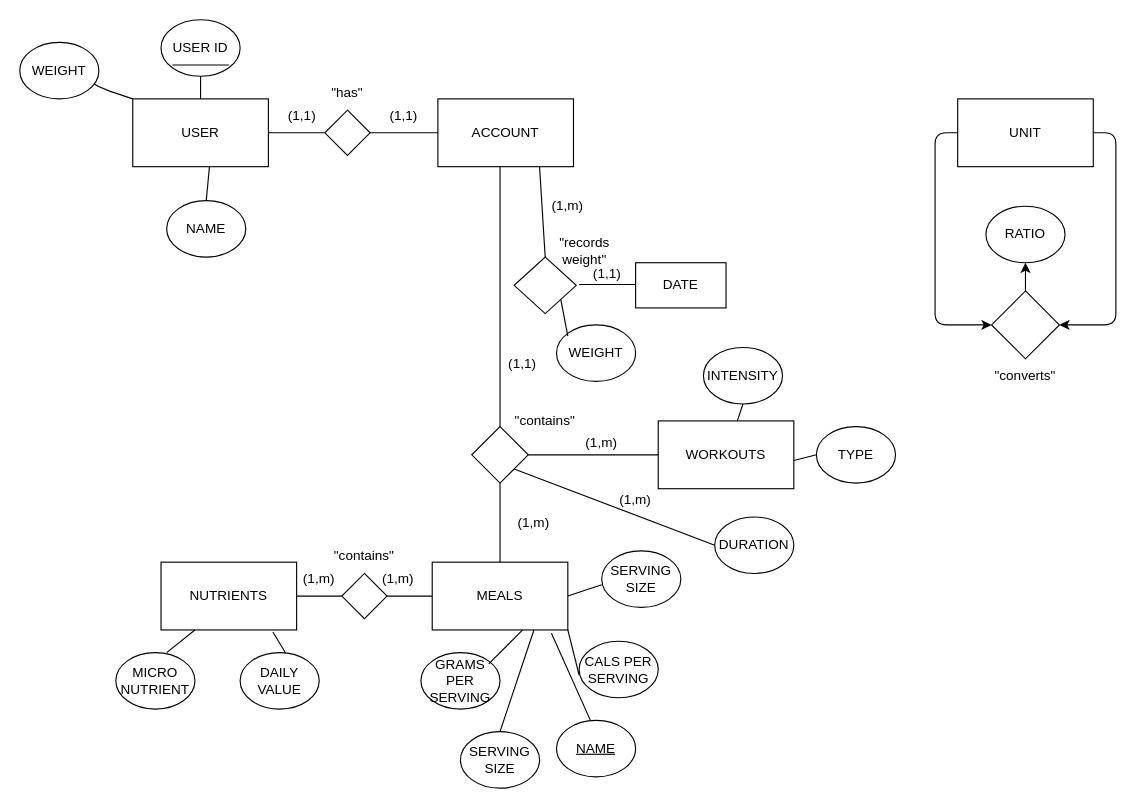
Above: page "Page-1" (1 of 2) of Untitled Diagram.drawio in PhippsDev/CSCI-466-ASSN-2 (draw.io), before the change. Source tidied: cells renumbered, new cells numbered last; positions are measured from the earlier drawing's top-left corner, leaving out a move shared by most shapes. Both pictures are drawn from the tidied source at 113%, with x=0, y=0 at pixel (19, 19).
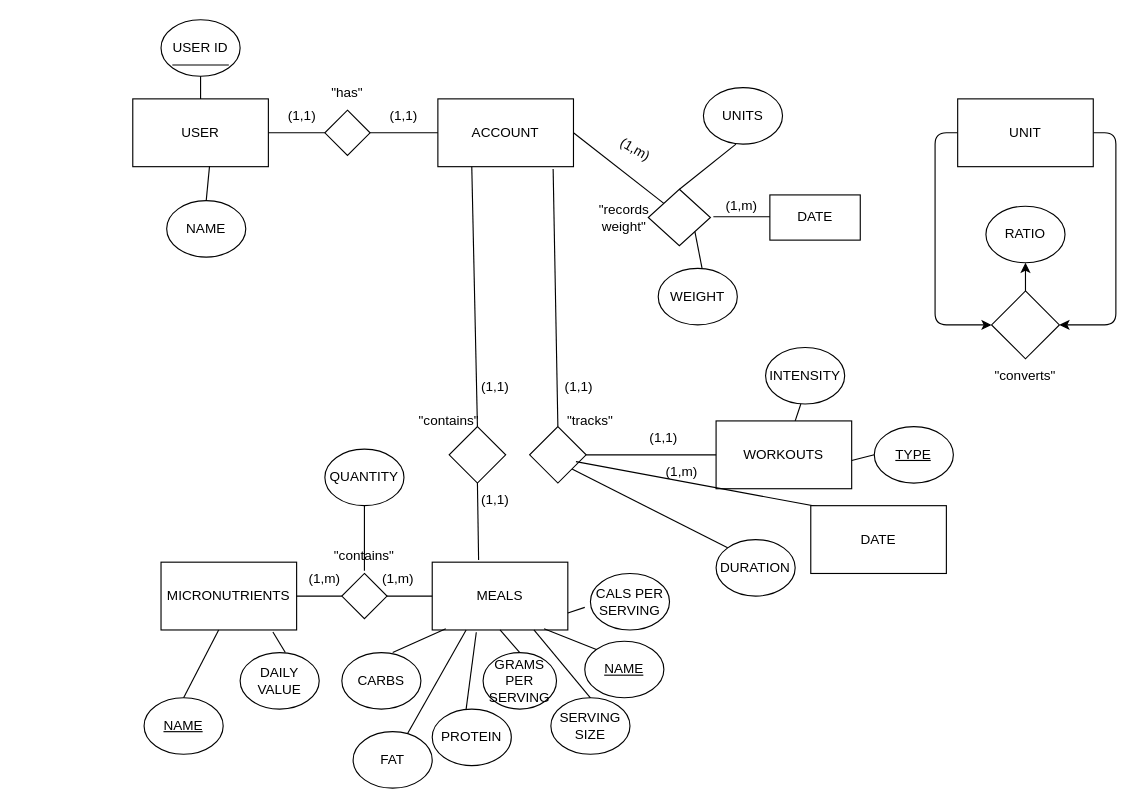
The same page after the edit.

Unchanged cells that the change refers to:
```xml
<mxCell id="2" value="USER" style="rounded=0;whiteSpace=wrap;html=1;" parent="1" vertex="1">
  <mxGeometry x="100" y="70" width="120" height="60" as="geometry" />
</mxCell>
<mxCell id="3" value="ACCOUNT" style="whiteSpace=wrap;html=1;" parent="1" vertex="1">
  <mxGeometry x="370" y="70" width="120" height="60" as="geometry" />
</mxCell>
<mxCell id="9" value="MEALS" style="rounded=0;whiteSpace=wrap;html=1;" parent="1" vertex="1">
  <mxGeometry x="365" y="480" width="120" height="60" as="geometry" />
</mxCell>
<mxCell id="47" value="(1,m)" style="text;html=1;strokeColor=none;fillColor=none;align=center;verticalAlign=middle;whiteSpace=wrap;rounded=0;" parent="1" vertex="1">
  <mxGeometry x="305" y="480" width="60" height="30" as="geometry" />
</mxCell>
```

Diff of the diagram source:
```diff
@@
     <mxCell id="8" value="WORKOUTS" style="rounded=0;whiteSpace=wrap;html=1;" parent="1" vertex="1">
-      <mxGeometry x="565" y="355" width="120" height="60" as="geometry" />
+      <mxGeometry x="616.2" y="355" width="120" height="60" as="geometry" />
     </mxCell>
@@
     <mxCell id="10" style="rhombus;whiteSpace=wrap;html=1;" parent="1" vertex="1">
-      <mxGeometry x="400" y="360" width="50" height="50" as="geometry" />
+      <mxGeometry x="451.2" y="360" width="50" height="50" as="geometry" />
     </mxCell>
-    <mxCell id="11" style="endArrow=none;html=1;exitX=0.5;exitY=0;exitDx=0;exitDy=0;" parent="1" edge="1" source="10">
-      <mxGeometry relative="1" as="geometry">
-        <mxPoint x="425" y="130" as="targetPoint" />
-      </mxGeometry>
+    <mxCell id="11" style="endArrow=none;html=1;exitX=0.5;exitY=0;exitDx=0;exitDy=0;entryX=0.85;entryY=1.033;entryDx=0;entryDy=0;entryPerimeter=0;" parent="1" edge="1" source="10" target="3">
+      <mxGeometry relative="1" as="geometry" />
     </mxCell>
-    <mxCell id="12" style="endArrow=none;html=1;entryX=0.5;entryY=1;entryDx=0;entryDy=0;" parent="1" edge="1" target="10">
-      <mxGeometry relative="1" as="geometry">
-        <mxPoint x="425" y="480" as="sourcePoint" />
-      </mxGeometry>
-    </mxCell>
-    <mxCell id="13" value="&quot;contains&quot;" style="text;html=1;strokeColor=none;fillColor=none;align=center;verticalAlign=middle;whiteSpace=wrap;rounded=0;" parent="1" vertex="1">
-      <mxGeometry x="435" y="340" width="60" height="30" as="geometry" />
+    <mxCell id="13" value="&quot;tracks&quot;" style="text;html=1;strokeColor=none;fillColor=none;align=center;verticalAlign=middle;whiteSpace=wrap;rounded=0;" parent="1" vertex="1">
+      <mxGeometry x="475" y="340" width="60" height="30" as="geometry" />
     </mxCell>
-    <mxCell id="14" value="SERVING SIZE" style="ellipse;whiteSpace=wrap;html=1;" parent="1" vertex="1">
-      <mxGeometry x="515" y="470" width="70" height="50" as="geometry" />
-    </mxCell>
     <mxCell id="15" value="GRAMS PER SERVING" style="ellipse;whiteSpace=wrap;html=1;" parent="1" vertex="1">
-      <mxGeometry x="355" y="560" width="70" height="50" as="geometry" />
+      <mxGeometry x="410" y="560" width="65" height="50" as="geometry" />
     </mxCell>
     <mxCell id="16" value="CALS PER SERVING" style="ellipse;whiteSpace=wrap;html=1;" parent="1" vertex="1">
-      <mxGeometry x="495" y="550" width="70" height="50" as="geometry" />
+      <mxGeometry x="505" y="490" width="70" height="50" as="geometry" />
     </mxCell>
-    <mxCell id="17" style="endArrow=none;html=1;exitX=0;exitY=0;exitDx=0;exitDy=0;" parent="1" edge="1" source="2">
-      <mxGeometry relative="1" as="geometry">
-        <mxPoint x="40" y="40" as="targetPoint" />
-        <Array as="points">
-          <mxPoint x="70" y="60" />
-        </Array>
-      </mxGeometry>
-    </mxCell>
@@
-    <mxCell id="19" style="endArrow=none;html=1;" parent="1" edge="1">
-      <mxGeometry relative="1" as="geometry">
-        <mxPoint x="415" y="570" as="sourcePoint" />
-        <mxPoint x="445" y="540" as="targetPoint" />
-      </mxGeometry>
-    </mxCell>
-    <mxCell id="20" style="endArrow=none;html=1;exitX=1;exitY=1;exitDx=0;exitDy=0;" parent="1" edge="1" source="9">
-      <mxGeometry relative="1" as="geometry">
-        <mxPoint x="495" y="580" as="targetPoint" />
-      </mxGeometry>
-    </mxCell>
-    <mxCell id="21" style="endArrow=none;html=1;exitX=1;exitY=0.5;exitDx=0;exitDy=0;" parent="1" edge="1" source="9">
-      <mxGeometry relative="1" as="geometry">
-        <mxPoint x="515" y="500" as="targetPoint" />
-      </mxGeometry>
-    </mxCell>
@@
-    <mxCell id="24" value="NUTRIENTS" style="rounded=0;whiteSpace=wrap;html=1;" parent="1" vertex="1">
+    <mxCell id="24" value="MICRONUTRIENTS" style="rounded=0;whiteSpace=wrap;html=1;" parent="1" vertex="1">
       <mxGeometry x="125" y="480" width="120" height="60" as="geometry" />
     </mxCell>
@@
-    <mxCell id="28" value="MICRO NUTRIENT" style="ellipse;whiteSpace=wrap;html=1;" parent="1" vertex="1">
-      <mxGeometry x="85" y="560" width="70" height="50" as="geometry" />
-    </mxCell>
-    <mxCell id="29" style="endArrow=none;html=1;" parent="1" edge="1">
-      <mxGeometry relative="1" as="geometry">
-        <mxPoint x="130" y="560" as="sourcePoint" />
-        <mxPoint x="155" y="540" as="targetPoint" />
-      </mxGeometry>
-    </mxCell>
@@
-    <mxCell id="31" value="TYPE" style="ellipse;whiteSpace=wrap;html=1;" parent="1" vertex="1">
-      <mxGeometry x="705" y="360" width="70" height="50" as="geometry" />
+    <mxCell id="31" value="&lt;u&gt;TYPE&lt;/u&gt;" style="ellipse;whiteSpace=wrap;html=1;" parent="1" vertex="1">
+      <mxGeometry x="756.2" y="360" width="70" height="50" as="geometry" />
     </mxCell>
     <mxCell id="32" value="DURATION" style="ellipse;whiteSpace=wrap;html=1;" parent="1" vertex="1">
-      <mxGeometry x="615" y="440" width="70" height="50" as="geometry" />
+      <mxGeometry x="616.2" y="460" width="70" height="50" as="geometry" />
     </mxCell>
     <mxCell id="33" value="INTENSITY" style="ellipse;whiteSpace=wrap;html=1;" parent="1" vertex="1">
-      <mxGeometry x="605" y="290" width="70" height="50" as="geometry" />
+      <mxGeometry x="660" y="290" width="70" height="50" as="geometry" />
     </mxCell>
     <mxCell id="34" style="endArrow=none;html=1;entryX=0;entryY=0.5;entryDx=0;entryDy=0;" parent="1" edge="1" target="31">
       <mxGeometry relative="1" as="geometry">
-        <mxPoint x="685" y="390" as="sourcePoint" />
+        <mxPoint x="736.2" y="390" as="sourcePoint" />
       </mxGeometry>
     </mxCell>
-    <mxCell id="35" style="endArrow=none;html=1;entryX=0.5;entryY=1;entryDx=0;entryDy=0;" parent="1" edge="1" target="33">
+    <mxCell id="35" style="endArrow=none;html=1;entryX=0.5;entryY=1;entryDx=0;entryDy=0;" parent="1" edge="1">
       <mxGeometry relative="1" as="geometry">
-        <mxPoint x="635" y="355" as="sourcePoint" />
+        <mxPoint x="686.2" y="355" as="sourcePoint" />
+        <mxPoint x="691.2" y="340" as="targetPoint" />
       </mxGeometry>
     </mxCell>
@@
-    <mxCell id="37" value="WEIGHT" style="ellipse;whiteSpace=wrap;html=1;" parent="1" vertex="1">
-      <mxGeometry y="20" width="70" height="50" as="geometry" />
-    </mxCell>
@@
-    <mxCell id="44" value="(1,m)" style="text;html=1;strokeColor=none;fillColor=none;align=center;verticalAlign=middle;whiteSpace=wrap;rounded=0;" parent="1" vertex="1">
-      <mxGeometry x="425" y="430" width="60" height="30" as="geometry" />
-    </mxCell>
     <mxCell id="45" value="(1,1)" style="text;html=1;strokeColor=none;fillColor=none;align=center;verticalAlign=middle;whiteSpace=wrap;rounded=0;" parent="1" vertex="1">
-      <mxGeometry x="415" y="290" width="60" height="30" as="geometry" />
+      <mxGeometry x="465" y="310" width="60" height="30" as="geometry" />
     </mxCell>
-    <mxCell id="46" value="(1,m)" style="text;html=1;strokeColor=none;fillColor=none;align=center;verticalAlign=middle;whiteSpace=wrap;rounded=0;" parent="1" vertex="1">
-      <mxGeometry x="455" y="150" width="60" height="30" as="geometry" />
+    <mxCell id="46" value="(1,m)" style="text;html=1;strokeColor=none;fillColor=none;align=center;verticalAlign=middle;whiteSpace=wrap;rounded=0;rotation=30;" parent="1" vertex="1">
+      <mxGeometry x="515" y="100" width="60" height="30" as="geometry" />
     </mxCell>
@@
     <mxCell id="48" value="(1,m)" style="text;html=1;strokeColor=none;fillColor=none;align=center;verticalAlign=middle;whiteSpace=wrap;rounded=0;" parent="1" vertex="1">
-      <mxGeometry x="235" y="480" width="60" height="30" as="geometry" />
+      <mxGeometry x="240" y="480" width="60" height="30" as="geometry" />
     </mxCell>
     <mxCell id="49" style="rhombus;whiteSpace=wrap;html=1;" parent="1" vertex="1">
-      <mxGeometry x="437.5" y="210" width="55" height="50" as="geometry" />
+      <mxGeometry x="556.2" y="150" width="55" height="50" as="geometry" />
     </mxCell>
-    <mxCell id="50" style="endArrow=none;html=1;entryX=0.75;entryY=1;entryDx=0;entryDy=0;" parent="1" edge="1" target="3">
-      <mxGeometry relative="1" as="geometry">
-        <mxPoint x="465" y="210" as="sourcePoint" />
-      </mxGeometry>
+    <mxCell id="50" style="endArrow=none;html=1;entryX=1;entryY=0.5;entryDx=0;entryDy=0;exitX=0;exitY=0;exitDx=0;exitDy=0;" parent="1" edge="1" source="49" target="3">
+      <mxGeometry relative="1" as="geometry" />
     </mxCell>
     <mxCell id="51" value="&quot;records weight&quot;" style="text;html=1;strokeColor=none;fillColor=none;align=center;verticalAlign=middle;whiteSpace=wrap;rounded=0;" parent="1" vertex="1">
-      <mxGeometry x="470" y="190" width="60" height="30" as="geometry" />
+      <mxGeometry x="505" y="160" width="60" height="30" as="geometry" />
     </mxCell>
     <mxCell id="52" value="DATE" style="rounded=0;whiteSpace=wrap;html=1;" parent="1" vertex="1">
-      <mxGeometry x="545" y="215" width="80" height="40" as="geometry" />
+      <mxGeometry x="663.8" y="155" width="80" height="40" as="geometry" />
     </mxCell>
     <mxCell id="53" value="WEIGHT" style="ellipse;whiteSpace=wrap;html=1;" parent="1" vertex="1">
-      <mxGeometry x="475" y="270" width="70" height="50" as="geometry" />
+      <mxGeometry x="565" y="220" width="70" height="50" as="geometry" />
     </mxCell>
     <mxCell id="54" style="endArrow=none;html=1;entryX=1;entryY=1;entryDx=0;entryDy=0;" parent="1" edge="1" target="49">
       <mxGeometry relative="1" as="geometry">
-        <mxPoint x="485" y="280" as="sourcePoint" />
+        <mxPoint x="603.8" y="220" as="sourcePoint" />
       </mxGeometry>
     </mxCell>
     <mxCell id="55" style="endArrow=none;html=1;" parent="1" edge="1">
       <mxGeometry relative="1" as="geometry">
-        <mxPoint x="495" y="234.3" as="sourcePoint" />
-        <mxPoint x="545" y="234.3" as="targetPoint" />
+        <mxPoint x="613.8" y="174.3" as="sourcePoint" />
+        <mxPoint x="663.8" y="174.3" as="targetPoint" />
       </mxGeometry>
     </mxCell>
-    <mxCell id="56" style="endArrow=none;html=1;entryX=0;entryY=0.5;entryDx=0;entryDy=0;exitX=1;exitY=1;exitDx=0;exitDy=0;" parent="1" edge="1" source="10" target="32">
+    <mxCell id="56" style="endArrow=none;html=1;entryX=0;entryY=0;entryDx=0;entryDy=0;exitX=1;exitY=1;exitDx=0;exitDy=0;" parent="1" edge="1" source="10" target="32">
       <mxGeometry relative="1" as="geometry" />
     </mxCell>
     <mxCell id="57" value="&lt;u&gt;NAME&lt;/u&gt;" style="ellipse;whiteSpace=wrap;html=1;" parent="1" vertex="1">
-      <mxGeometry x="475" y="620" width="70" height="50" as="geometry" />
+      <mxGeometry x="500" y="550" width="70" height="50" as="geometry" />
     </mxCell>
     <mxCell id="58" value="SERVING SIZE" style="ellipse;whiteSpace=wrap;html=1;" parent="1" vertex="1">
-      <mxGeometry x="390" y="630" width="70" height="50" as="geometry" />
+      <mxGeometry x="470" y="600" width="70" height="50" as="geometry" />
     </mxCell>
-    <mxCell id="59" style="endArrow=none;html=1;entryX=0.879;entryY=1.048;entryDx=0;entryDy=0;entryPerimeter=0;" parent="1" edge="1" target="9">
-      <mxGeometry relative="1" as="geometry">
-        <mxPoint x="505" y="620" as="sourcePoint" />
-      </mxGeometry>
-    </mxCell>
-    <mxCell id="60" style="endArrow=none;html=1;entryX=0.75;entryY=1;entryDx=0;entryDy=0;" parent="1" edge="1" target="9">
-      <mxGeometry relative="1" as="geometry">
-        <mxPoint x="425" y="630" as="sourcePoint" />
-      </mxGeometry>
+    <mxCell id="60" style="endArrow=none;html=1;entryX=0.75;entryY=1;entryDx=0;entryDy=0;exitX=0.5;exitY=0;exitDx=0;exitDy=0;" parent="1" edge="1" source="58" target="9">
+      <mxGeometry relative="1" as="geometry" />
     </mxCell>
-    <mxCell id="61" value="(1,m)" style="text;html=1;strokeColor=none;fillColor=none;align=center;verticalAlign=middle;whiteSpace=wrap;rounded=0;" parent="1" vertex="1">
-      <mxGeometry x="485" y="360" width="60" height="30" as="geometry" />
-    </mxCell>
-    <mxCell id="62" value="(1,m)" style="text;html=1;strokeColor=none;fillColor=none;align=center;verticalAlign=middle;whiteSpace=wrap;rounded=0;" parent="1" vertex="1">
-      <mxGeometry x="515" y="410" width="60" height="30" as="geometry" />
-    </mxCell>
-    <mxCell id="63" value="(1,1)" style="text;html=1;strokeColor=none;fillColor=none;align=center;verticalAlign=middle;whiteSpace=wrap;rounded=0;" parent="1" vertex="1">
-      <mxGeometry x="490" y="210" width="60" height="30" as="geometry" />
+    <mxCell id="63" value="(1,m)" style="text;html=1;strokeColor=none;fillColor=none;align=center;verticalAlign=middle;whiteSpace=wrap;rounded=0;" parent="1" vertex="1">
+      <mxGeometry x="608.8" y="150" width="60" height="30" as="geometry" />
     </mxCell>
@@
+    <mxCell id="71" value="CARBS" style="ellipse;whiteSpace=wrap;html=1;" parent="1" vertex="1">
+      <mxGeometry x="285" y="560" width="70" height="50" as="geometry" />
+    </mxCell>
+    <mxCell id="72" value="PROTEIN" style="ellipse;whiteSpace=wrap;html=1;" parent="1" vertex="1">
+      <mxGeometry x="365" y="610" width="70" height="50" as="geometry" />
+    </mxCell>
+    <mxCell id="73" value="FAT" style="ellipse;whiteSpace=wrap;html=1;" parent="1" vertex="1">
+      <mxGeometry x="295" y="630" width="70" height="50" as="geometry" />
+    </mxCell>
+    <mxCell id="74" style="endArrow=none;html=1;rounded=0;entryX=1;entryY=0.75;entryDx=0;entryDy=0;" parent="1" edge="1" target="9">
+      <mxGeometry relative="1" as="geometry">
+        <mxPoint x="500" y="520" as="sourcePoint" />
+      </mxGeometry>
+    </mxCell>
+    <mxCell id="75" style="endArrow=none;html=1;rounded=0;entryX=0.825;entryY=0.983;entryDx=0;entryDy=0;entryPerimeter=0;exitX=0;exitY=0;exitDx=0;exitDy=0;" parent="1" edge="1" source="57" target="9">
+      <mxGeometry relative="1" as="geometry" />
+    </mxCell>
+    <mxCell id="76" style="endArrow=none;html=1;rounded=0;entryX=0.5;entryY=1;entryDx=0;entryDy=0;exitX=0.5;exitY=0;exitDx=0;exitDy=0;" parent="1" edge="1" source="15" target="9">
+      <mxGeometry relative="1" as="geometry" />
+    </mxCell>
+    <mxCell id="77" value="QUANTITY" style="ellipse;whiteSpace=wrap;html=1;" parent="1" vertex="1">
+      <mxGeometry x="270" y="380" width="70" height="50" as="geometry" />
+    </mxCell>
+    <mxCell id="78" style="endArrow=none;html=1;rounded=0;exitX=0;exitY=0.25;exitDx=0;exitDy=0;" parent="1" edge="1" source="47">
+      <mxGeometry relative="1" as="geometry">
+        <mxPoint x="305" y="430" as="targetPoint" />
+      </mxGeometry>
+    </mxCell>
+    <mxCell id="79" value="UNITS" style="ellipse;whiteSpace=wrap;html=1;" parent="1" vertex="1">
+      <mxGeometry x="605" y="60" width="70" height="50" as="geometry" />
+    </mxCell>
+    <mxCell id="80" style="endArrow=none;html=1;rounded=0;" parent="1" edge="1">
+      <mxGeometry relative="1" as="geometry">
+        <mxPoint x="583.8" y="150" as="sourcePoint" />
+        <mxPoint x="633.8" y="110" as="targetPoint" />
+      </mxGeometry>
+    </mxCell>
+    <mxCell id="81" style="endArrow=none;html=1;rounded=0;entryX=-0.014;entryY=0.38;entryDx=0;entryDy=0;entryPerimeter=0;exitX=0.82;exitY=0.62;exitDx=0;exitDy=0;exitPerimeter=0;" parent="1" edge="1" source="10">
+      <mxGeometry relative="1" as="geometry">
+        <mxPoint x="750.3" y="439" as="targetPoint" />
+      </mxGeometry>
+    </mxCell>
+    <mxCell id="82" value="DATE" style="rounded=0;whiteSpace=wrap;html=1;" parent="1" vertex="1">
+      <mxGeometry x="700" y="430" width="120" height="60" as="geometry" />
+    </mxCell>
+    <mxCell id="83" value="(1,m)" style="text;html=1;strokeColor=none;fillColor=none;align=center;verticalAlign=middle;whiteSpace=wrap;rounded=0;" parent="1" vertex="1">
+      <mxGeometry x="556.2" y="385" width="60" height="30" as="geometry" />
+    </mxCell>
+    <mxCell id="84" value="&lt;u&gt;NAME&lt;/u&gt;" style="ellipse;whiteSpace=wrap;html=1;" parent="1" vertex="1">
+      <mxGeometry x="110" y="600" width="70" height="50" as="geometry" />
+    </mxCell>
+    <mxCell id="85" style="endArrow=none;html=1;rounded=0;entryX=0.425;entryY=1;entryDx=0;entryDy=0;entryPerimeter=0;exitX=0.5;exitY=0;exitDx=0;exitDy=0;" parent="1" edge="1" source="84" target="24">
+      <mxGeometry relative="1" as="geometry" />
+    </mxCell>
+    <mxCell id="86" style="rhombus;whiteSpace=wrap;html=1;" parent="1" vertex="1">
+      <mxGeometry x="380" y="360" width="50" height="50" as="geometry" />
+    </mxCell>
+    <mxCell id="87" style="endArrow=none;html=1;rounded=0;exitX=0.5;exitY=0;exitDx=0;exitDy=0;entryX=0.25;entryY=1;entryDx=0;entryDy=0;" parent="1" edge="1" source="86" target="3">
+      <mxGeometry relative="1" as="geometry" />
+    </mxCell>
+    <mxCell id="88" value="&quot;contains&quot;" style="text;html=1;strokeColor=none;fillColor=none;align=center;verticalAlign=middle;whiteSpace=wrap;rounded=0;" parent="1" vertex="1">
+      <mxGeometry x="350" y="340" width="60" height="30" as="geometry" />
+    </mxCell>
+    <mxCell id="89" style="endArrow=none;html=1;rounded=0;exitX=0.342;exitY=-0.033;exitDx=0;exitDy=0;exitPerimeter=0;" parent="1" edge="1" source="9">
+      <mxGeometry relative="1" as="geometry">
+        <mxPoint x="405" y="410" as="targetPoint" />
+      </mxGeometry>
+    </mxCell>
+    <mxCell id="90" value="(1,1)" style="text;html=1;strokeColor=none;fillColor=none;align=center;verticalAlign=middle;whiteSpace=wrap;rounded=0;" parent="1" vertex="1">
+      <mxGeometry x="391.2" y="310" width="60" height="30" as="geometry" />
+    </mxCell>
+    <mxCell id="91" value="(1,1)" style="text;html=1;strokeColor=none;fillColor=none;align=center;verticalAlign=middle;whiteSpace=wrap;rounded=0;" parent="1" vertex="1">
+      <mxGeometry x="540" y="355" width="60" height="30" as="geometry" />
+    </mxCell>
+    <mxCell id="92" value="(1,1)" style="text;html=1;strokeColor=none;fillColor=none;align=center;verticalAlign=middle;whiteSpace=wrap;rounded=0;" parent="1" vertex="1">
+      <mxGeometry x="391.2" y="410" width="60" height="30" as="geometry" />
+    </mxCell>
+    <mxCell id="93" style="endArrow=none;html=1;rounded=0;entryX=0.25;entryY=1;entryDx=0;entryDy=0;" parent="1" edge="1" source="73" target="9">
+      <mxGeometry relative="1" as="geometry" />
+    </mxCell>
+    <mxCell id="94" style="endArrow=none;html=1;rounded=0;entryX=0.1;entryY=0.983;entryDx=0;entryDy=0;entryPerimeter=0;exitX=0.643;exitY=0;exitDx=0;exitDy=0;exitPerimeter=0;" parent="1" edge="1" source="71" target="9">
+      <mxGeometry relative="1" as="geometry" />
+    </mxCell>
+    <mxCell id="95" style="endArrow=none;html=1;rounded=0;entryX=0.325;entryY=1.033;entryDx=0;entryDy=0;entryPerimeter=0;" parent="1" edge="1" target="9">
+      <mxGeometry relative="1" as="geometry">
+        <mxPoint x="395" y="610" as="sourcePoint" />
+      </mxGeometry>
+    </mxCell>
```
